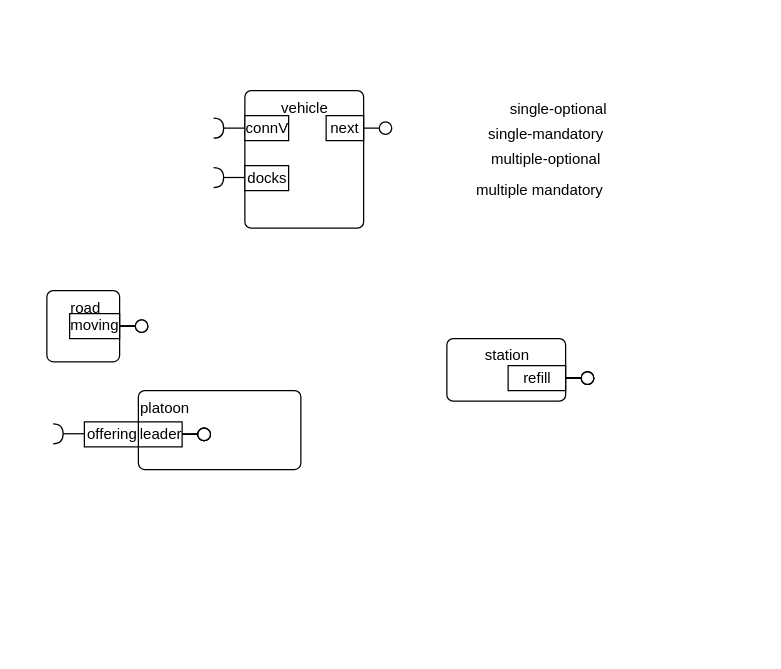
This is elem.drawio from jpgros/site-web, a draw.io file, before an edit. Source tidied: cells renumbered, new cells numbered last; positions are measured from the earlier drawing's top-left corner, leaving out a move shared by most shapes. Both pictures are drawn from the tidied source at 125%, with x=0, y=0 at pixel (46, 90).
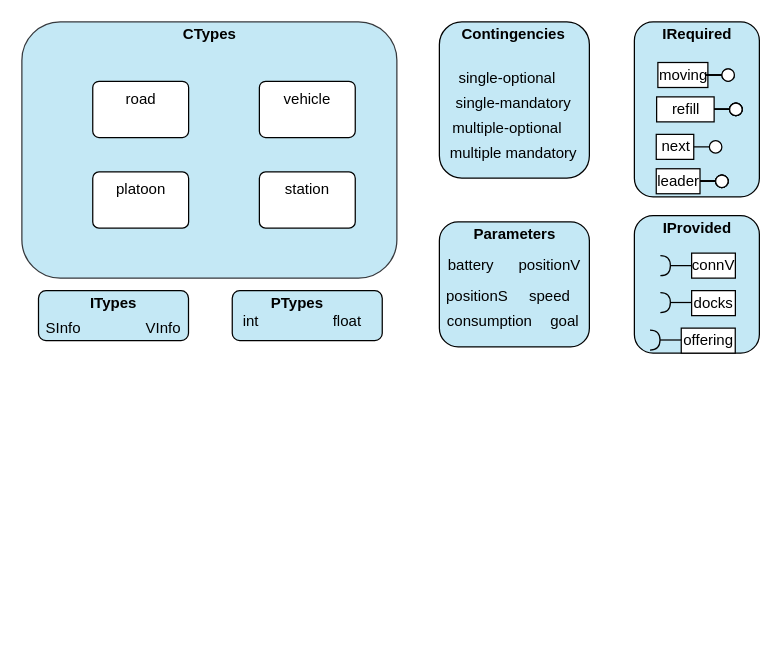
After the change.

The edit, as a diff of the source:
```diff
@@
-    <mxCell id="2" value="platoon" style="html=1;align=left;verticalAlign=top;rounded=1;absoluteArcSize=1;arcSize=10;dashed=0;" parent="1" vertex="1">
-      <mxGeometry x="73.2" y="240" width="130" height="63.1" as="geometry" />
-    </mxCell>
+    <mxCell id="54" style="rounded=1;whiteSpace=wrap;html=1;fillColor=#C4E8F5;" parent="1" vertex="1">
+      <mxGeometry x="148.3" y="160" width="120" height="40" as="geometry" />
+    </mxCell>
+    <mxCell id="55" style="rounded=1;whiteSpace=wrap;html=1;fillColor=#C4E8F5;" parent="1" vertex="1">
+      <mxGeometry x="-6.7" y="160" width="120" height="40" as="geometry" />
+    </mxCell>
+    <mxCell id="56" style="rounded=1;whiteSpace=wrap;html=1;fillColor=#C4E8F5;" parent="1" vertex="1">
+      <mxGeometry x="314" y="105" width="120" height="100" as="geometry" />
+    </mxCell>
+    <mxCell id="57" style="rounded=1;whiteSpace=wrap;html=1;fillColor=#C4E8F5;" parent="1" vertex="1">
+      <mxGeometry x="470" y="100" width="100" height="110" as="geometry" />
+    </mxCell>
+    <mxCell id="58" style="rounded=1;whiteSpace=wrap;html=1;fillColor=#C4E8F5;" parent="1" vertex="1">
+      <mxGeometry x="470" y="-55" width="100" height="140" as="geometry" />
+    </mxCell>
+    <mxCell id="59" style="rounded=1;whiteSpace=wrap;html=1;fillColor=#C4E8F5;" parent="1" vertex="1">
+      <mxGeometry x="314" y="-55" width="120" height="125" as="geometry" />
+    </mxCell>
+    <mxCell id="60" style="rounded=1;whiteSpace=wrap;html=1;strokeColor=#36393d;fillColor=#C4E8F5;" parent="1" vertex="1">
+      <mxGeometry x="-20" y="-55" width="300" height="205" as="geometry" />
+    </mxCell>
     <mxCell id="3" style="rounded=0;jettySize=auto;html=1;endArrow=halfCircle;endFill=0;endSize=6;strokeWidth=1;exitX=0;exitY=0.5;exitDx=0;exitDy=0;entryX=0.5;entryY=0.5;entryDx=0;entryDy=0;entryPerimeter=0;" parent="1" edge="1" source="5">
       <mxGeometry relative="1" as="geometry">
-        <mxPoint x="133.4" y="30" as="targetPoint" />
+        <mxPoint x="490.8" y="140" as="targetPoint" />
       </mxGeometry>
     </mxCell>
-    <mxCell id="4" value="vehicle" style="html=1;align=center;verticalAlign=top;rounded=1;absoluteArcSize=1;arcSize=10;dashed=0;" parent="1" vertex="1">
-      <mxGeometry x="158.4" width="95" height="110" as="geometry" />
-    </mxCell>
     <mxCell id="5" value="connV" style="html=1;" parent="1" vertex="1">
-      <mxGeometry x="158.4" y="20" width="35" height="20" as="geometry" />
+      <mxGeometry x="515.8" y="130" width="35" height="20" as="geometry" />
     </mxCell>
     <mxCell id="6" value="next" style="html=1;" parent="1" vertex="1">
-      <mxGeometry x="223.4" y="20" width="30" height="20" as="geometry" />
+      <mxGeometry x="487.5" y="35" width="30" height="20" as="geometry" />
     </mxCell>
     <mxCell id="7" value="leader" style="html=1;" parent="1" vertex="1">
-      <mxGeometry x="73.2" y="265" width="35" height="20" as="geometry" />
+      <mxGeometry x="487.5" y="62.5" width="35" height="20" as="geometry" />
     </mxCell>
     <mxCell id="8" style="rounded=0;orthogonalLoop=1;jettySize=auto;html=1;endArrow=halfCircle;endFill=0;endSize=6;strokeWidth=1;" parent="1" edge="1">
       <mxGeometry relative="1" as="geometry">
-        <mxPoint x="114.6" y="270" as="sourcePoint" />
-        <mxPoint x="114.6" y="270" as="targetPoint" />
+        <mxPoint x="528.9" y="67.5" as="sourcePoint" />
+        <mxPoint x="528.9" y="67.5" as="targetPoint" />
       </mxGeometry>
     </mxCell>
-    <mxCell id="9" value="&lt;div align=&quot;center&quot;&gt;&amp;nbsp;road&lt;/div&gt;" style="html=1;align=center;verticalAlign=top;rounded=1;absoluteArcSize=1;arcSize=10;dashed=0;" parent="1" vertex="1">
-      <mxGeometry y="160" width="58.2" height="56.9" as="geometry" />
-    </mxCell>
     <mxCell id="10" value="moving" style="html=1;" parent="1" vertex="1">
-      <mxGeometry x="18.2" y="178.4" width="40" height="20" as="geometry" />
+      <mxGeometry x="488.8" y="-22.5" width="40" height="20" as="geometry" />
     </mxCell>
     <mxCell id="11" value="station" style="html=1;align=center;verticalAlign=top;rounded=1;absoluteArcSize=1;arcSize=10;dashed=0;" parent="1" vertex="1">
-      <mxGeometry x="320" y="198.4" width="95" height="50" as="geometry" />
+      <mxGeometry x="170" y="65" width="76.7" height="45" as="geometry" />
     </mxCell>
     <mxCell id="12" value="refill" style="html=1;" parent="1" vertex="1">
-      <mxGeometry x="369" y="220" width="46" height="20" as="geometry" />
+      <mxGeometry x="487.8" y="5" width="46" height="20" as="geometry" />
     </mxCell>
     <mxCell id="13" value="docks" style="html=1;" parent="1" vertex="1">
-      <mxGeometry x="158.4" y="60" width="35" height="20" as="geometry" />
+      <mxGeometry x="515.8" y="160" width="35" height="20" as="geometry" />
     </mxCell>
     <mxCell id="14" style="rounded=0;orthogonalLoop=1;jettySize=auto;html=1;endArrow=halfCircle;endFill=0;endSize=6;strokeWidth=1;exitX=0;exitY=0.5;exitDx=0;exitDy=0;entryX=0.5;entryY=0.5;entryDx=0;entryDy=0;entryPerimeter=0;" parent="1" edge="1">
       <mxGeometry relative="1" as="geometry">
-        <mxPoint x="158.4" y="69.5" as="sourcePoint" />
-        <mxPoint x="133.4" y="69.5" as="targetPoint" />
+        <mxPoint x="515.8" y="169.5" as="sourcePoint" />
+        <mxPoint x="490.8" y="169.5" as="targetPoint" />
       </mxGeometry>
     </mxCell>
     <mxCell id="15" style="rounded=0;jettySize=auto;html=1;endArrow=none;endFill=0;exitX=1;exitY=0.5;exitDx=0;exitDy=0;" parent="1" edge="1" target="16">
       <mxGeometry relative="1" as="geometry">
-        <mxPoint x="253.4" y="30" as="sourcePoint" />
+        <mxPoint x="517.5" y="45" as="sourcePoint" />
       </mxGeometry>
     </mxCell>
     <mxCell id="16" style="ellipse;whiteSpace=wrap;html=1;fontFamily=Helvetica;fontSize=12;fontColor=#000000;align=center;strokeColor=#000000;fillColor=#ffffff;points=[];" parent="1" vertex="1">
-      <mxGeometry x="265.9" y="25" width="10" height="10" as="geometry" />
+      <mxGeometry x="530" y="40" width="10" height="10" as="geometry" />
     </mxCell>
     <mxCell id="17" style="rounded=0;jettySize=auto;html=1;endArrow=none;endFill=0;exitX=1;exitY=0.5;exitDx=0;exitDy=0;" parent="1" edge="1" target="18">
       <mxGeometry relative="1" as="geometry">
-        <mxPoint x="415" y="230" as="sourcePoint" />
+        <mxPoint x="533.7" y="15" as="sourcePoint" />
       </mxGeometry>
     </mxCell>
     <mxCell id="18" style="ellipse;whiteSpace=wrap;html=1;fontFamily=Helvetica;fontSize=12;fontColor=#000000;align=center;strokeColor=#000000;fillColor=#ffffff;points=[];" parent="1" vertex="1">
-      <mxGeometry x="427.5" y="225" width="10" height="10" as="geometry" />
+      <mxGeometry x="546.2" y="10" width="10" height="10" as="geometry" />
     </mxCell>
     <mxCell id="19" style="rounded=0;orthogonalLoop=1;jettySize=auto;html=1;endArrow=none;endFill=0;exitX=1;exitY=0.5;exitDx=0;exitDy=0;" parent="1" edge="1">
       <mxGeometry relative="1" as="geometry">
-        <mxPoint x="415" y="230" as="sourcePoint" />
-        <mxPoint x="427.5" y="230" as="targetPoint" />
+        <mxPoint x="533.7" y="15" as="sourcePoint" />
+        <mxPoint x="546.2" y="15" as="targetPoint" />
       </mxGeometry>
     </mxCell>
     <mxCell id="20" style="rounded=0;jettySize=auto;html=1;endArrow=none;endFill=0;exitX=1;exitY=0.5;exitDx=0;exitDy=0;" parent="1" edge="1" target="21">
       <mxGeometry relative="1" as="geometry">
-        <mxPoint x="415" y="230" as="sourcePoint" />
+        <mxPoint x="533.7" y="15" as="sourcePoint" />
       </mxGeometry>
     </mxCell>
     <mxCell id="21" style="ellipse;whiteSpace=wrap;html=1;fontFamily=Helvetica;fontSize=12;fontColor=#000000;align=center;strokeColor=#000000;fillColor=#ffffff;points=[];" parent="1" vertex="1">
-      <mxGeometry x="427.5" y="225" width="10" height="10" as="geometry" />
+      <mxGeometry x="546.2" y="10" width="10" height="10" as="geometry" />
     </mxCell>
     <mxCell id="22" style="rounded=0;orthogonalLoop=1;jettySize=auto;html=1;endArrow=none;endFill=0;exitX=1;exitY=0.5;exitDx=0;exitDy=0;" parent="1" edge="1">
       <mxGeometry relative="1" as="geometry">
-        <mxPoint x="415" y="230" as="sourcePoint" />
-        <mxPoint x="427.5" y="230" as="targetPoint" />
+        <mxPoint x="533.7" y="15" as="sourcePoint" />
+        <mxPoint x="546.2" y="15" as="targetPoint" />
       </mxGeometry>
     </mxCell>
     <mxCell id="23" style="rounded=0;jettySize=auto;html=1;endArrow=none;endFill=0;exitX=1;exitY=0.5;exitDx=0;exitDy=0;" parent="1" edge="1" target="24">
       <mxGeometry relative="1" as="geometry">
-        <mxPoint x="58.2" y="188.4" as="sourcePoint" />
+        <mxPoint x="527.5" y="-12.5" as="sourcePoint" />
       </mxGeometry>
     </mxCell>
     <mxCell id="24" style="ellipse;whiteSpace=wrap;html=1;fontFamily=Helvetica;fontSize=12;fontColor=#000000;align=center;strokeColor=#000000;fillColor=#ffffff;points=[];" parent="1" vertex="1">
-      <mxGeometry x="70.8" y="183.4" width="10" height="10" as="geometry" />
+      <mxGeometry x="540" y="-17.5" width="10" height="10" as="geometry" />
     </mxCell>
     <mxCell id="25" style="rounded=0;orthogonalLoop=1;jettySize=auto;html=1;endArrow=none;endFill=0;exitX=1;exitY=0.5;exitDx=0;exitDy=0;" parent="1" edge="1">
       <mxGeometry relative="1" as="geometry">
-        <mxPoint x="58.2" y="188.4" as="sourcePoint" />
-        <mxPoint x="70.8" y="188.4" as="targetPoint" />
+        <mxPoint x="527.5" y="-12.5" as="sourcePoint" />
+        <mxPoint x="540" y="-12.5" as="targetPoint" />
       </mxGeometry>
     </mxCell>
     <mxCell id="26" style="rounded=0;jettySize=auto;html=1;endArrow=none;endFill=0;exitX=1;exitY=0.5;exitDx=0;exitDy=0;" parent="1" edge="1" target="27">
       <mxGeometry relative="1" as="geometry">
-        <mxPoint x="58.2" y="188.4" as="sourcePoint" />
+        <mxPoint x="527.5" y="-12.5" as="sourcePoint" />
       </mxGeometry>
     </mxCell>
     <mxCell id="27" style="ellipse;whiteSpace=wrap;html=1;fontFamily=Helvetica;fontSize=12;fontColor=#000000;align=center;strokeColor=#000000;fillColor=#ffffff;points=[];" parent="1" vertex="1">
-      <mxGeometry x="70.8" y="183.4" width="10" height="10" as="geometry" />
+      <mxGeometry x="540" y="-17.5" width="10" height="10" as="geometry" />
     </mxCell>
     <mxCell id="28" style="rounded=0;orthogonalLoop=1;jettySize=auto;html=1;endArrow=none;endFill=0;exitX=1;exitY=0.5;exitDx=0;exitDy=0;" parent="1" edge="1">
       <mxGeometry relative="1" as="geometry">
-        <mxPoint x="58.2" y="188.4" as="sourcePoint" />
-        <mxPoint x="70.8" y="188.4" as="targetPoint" />
+        <mxPoint x="527.5" y="-12.5" as="sourcePoint" />
+        <mxPoint x="540" y="-12.5" as="targetPoint" />
       </mxGeometry>
     </mxCell>
     <mxCell id="29" value="offering" style="html=1;" parent="1" vertex="1">
-      <mxGeometry x="30" y="265" width="43.2" height="20" as="geometry" />
+      <mxGeometry x="507.5" y="190" width="43.2" height="20" as="geometry" />
     </mxCell>
@@
     <mxCell id="31" style="rounded=0;jettySize=auto;html=1;endArrow=none;endFill=0;exitX=1;exitY=0.5;exitDx=0;exitDy=0;" parent="1" edge="1" target="32">
       <mxGeometry relative="1" as="geometry">
-        <mxPoint x="415" y="230" as="sourcePoint" />
+        <mxPoint x="533.8" y="15" as="sourcePoint" />
       </mxGeometry>
     </mxCell>
     <mxCell id="32" style="ellipse;whiteSpace=wrap;html=1;fontFamily=Helvetica;fontSize=12;fontColor=#000000;align=center;strokeColor=#000000;fillColor=#ffffff;points=[];" parent="1" vertex="1">
-      <mxGeometry x="427.5" y="225" width="10" height="10" as="geometry" />
+      <mxGeometry x="546.2" y="10" width="10" height="10" as="geometry" />
     </mxCell>
     <mxCell id="33" style="rounded=0;orthogonalLoop=1;jettySize=auto;html=1;endArrow=none;endFill=0;exitX=1;exitY=0.5;exitDx=0;exitDy=0;" parent="1" edge="1">
       <mxGeometry relative="1" as="geometry">
-        <mxPoint x="415" y="230" as="sourcePoint" />
-        <mxPoint x="427.5" y="230" as="targetPoint" />
+        <mxPoint x="533.8" y="15" as="sourcePoint" />
+        <mxPoint x="546.2" y="15" as="targetPoint" />
       </mxGeometry>
     </mxCell>
     <mxCell id="34" style="rounded=0;jettySize=auto;html=1;endArrow=none;endFill=0;exitX=1;exitY=0.5;exitDx=0;exitDy=0;" parent="1" edge="1" target="35">
       <mxGeometry relative="1" as="geometry">
-        <mxPoint x="415" y="230" as="sourcePoint" />
+        <mxPoint x="533.8" y="15" as="sourcePoint" />
       </mxGeometry>
     </mxCell>
     <mxCell id="35" style="ellipse;whiteSpace=wrap;html=1;fontFamily=Helvetica;fontSize=12;fontColor=#000000;align=center;strokeColor=#000000;fillColor=#ffffff;points=[];" parent="1" vertex="1">
-      <mxGeometry x="427.5" y="225" width="10" height="10" as="geometry" />
+      <mxGeometry x="546.2" y="10" width="10" height="10" as="geometry" />
     </mxCell>
     <mxCell id="36" style="rounded=0;orthogonalLoop=1;jettySize=auto;html=1;endArrow=none;endFill=0;exitX=1;exitY=0.5;exitDx=0;exitDy=0;" parent="1" edge="1">
       <mxGeometry relative="1" as="geometry">
-        <mxPoint x="415" y="230" as="sourcePoint" />
-        <mxPoint x="427.5" y="230" as="targetPoint" />
+        <mxPoint x="533.8" y="15" as="sourcePoint" />
+        <mxPoint x="546.2" y="15" as="targetPoint" />
       </mxGeometry>
     </mxCell>
     <mxCell id="37" style="rounded=0;jettySize=auto;html=1;endArrow=none;endFill=0;exitX=1;exitY=0.5;exitDx=0;exitDy=0;" parent="1" edge="1" target="38">
       <mxGeometry relative="1" as="geometry">
-        <mxPoint x="108.2" y="275" as="sourcePoint" />
+        <mxPoint x="522.5" y="72.5" as="sourcePoint" />
       </mxGeometry>
     </mxCell>
     <mxCell id="38" style="ellipse;whiteSpace=wrap;html=1;fontFamily=Helvetica;fontSize=12;fontColor=#000000;align=center;strokeColor=#000000;fillColor=#ffffff;points=[];" parent="1" vertex="1">
-      <mxGeometry x="120.8" y="270" width="10" height="10" as="geometry" />
+      <mxGeometry x="535" y="67.5" width="10" height="10" as="geometry" />
     </mxCell>
     <mxCell id="39" style="rounded=0;orthogonalLoop=1;jettySize=auto;html=1;endArrow=none;endFill=0;exitX=1;exitY=0.5;exitDx=0;exitDy=0;" parent="1" edge="1">
       <mxGeometry relative="1" as="geometry">
-        <mxPoint x="108.2" y="275" as="sourcePoint" />
-        <mxPoint x="120.8" y="275" as="targetPoint" />
+        <mxPoint x="522.5" y="72.5" as="sourcePoint" />
+        <mxPoint x="535" y="72.5" as="targetPoint" />
       </mxGeometry>
     </mxCell>
     <mxCell id="40" style="rounded=0;jettySize=auto;html=1;endArrow=none;endFill=0;exitX=1;exitY=0.5;exitDx=0;exitDy=0;" parent="1" edge="1" target="41">
       <mxGeometry relative="1" as="geometry">
-        <mxPoint x="108.2" y="275" as="sourcePoint" />
+        <mxPoint x="522.5" y="72.5" as="sourcePoint" />
       </mxGeometry>
     </mxCell>
     <mxCell id="41" style="ellipse;whiteSpace=wrap;html=1;fontFamily=Helvetica;fontSize=12;fontColor=#000000;align=center;strokeColor=#000000;fillColor=#ffffff;points=[];" parent="1" vertex="1">
-      <mxGeometry x="120.8" y="270" width="10" height="10" as="geometry" />
+      <mxGeometry x="535" y="67.5" width="10" height="10" as="geometry" />
     </mxCell>
     <mxCell id="42" style="rounded=0;orthogonalLoop=1;jettySize=auto;html=1;endArrow=none;endFill=0;exitX=1;exitY=0.5;exitDx=0;exitDy=0;" parent="1" edge="1">
       <mxGeometry relative="1" as="geometry">
-        <mxPoint x="108.2" y="275" as="sourcePoint" />
-        <mxPoint x="120.8" y="275" as="targetPoint" />
+        <mxPoint x="522.5" y="72.5" as="sourcePoint" />
+        <mxPoint x="535" y="72.5" as="targetPoint" />
       </mxGeometry>
     </mxCell>
     <mxCell id="43" style="rounded=0;jettySize=auto;html=1;endArrow=none;endFill=0;exitX=1;exitY=0.5;exitDx=0;exitDy=0;" parent="1" edge="1" target="44">
       <mxGeometry relative="1" as="geometry">
-        <mxPoint x="108.2" y="275" as="sourcePoint" />
+        <mxPoint x="522.5" y="72.5" as="sourcePoint" />
       </mxGeometry>
     </mxCell>
     <mxCell id="44" style="ellipse;whiteSpace=wrap;html=1;fontFamily=Helvetica;fontSize=12;fontColor=#000000;align=center;strokeColor=#000000;fillColor=#ffffff;points=[];" parent="1" vertex="1">
-      <mxGeometry x="120.8" y="270" width="10" height="10" as="geometry" />
+      <mxGeometry x="535" y="67.5" width="10" height="10" as="geometry" />
     </mxCell>
     <mxCell id="45" style="rounded=0;orthogonalLoop=1;jettySize=auto;html=1;endArrow=none;endFill=0;exitX=1;exitY=0.5;exitDx=0;exitDy=0;" parent="1" edge="1">
       <mxGeometry relative="1" as="geometry">
-        <mxPoint x="108.2" y="275" as="sourcePoint" />
-        <mxPoint x="120.8" y="275" as="targetPoint" />
+        <mxPoint x="522.5" y="72.5" as="sourcePoint" />
+        <mxPoint x="535" y="72.5" as="targetPoint" />
       </mxGeometry>
     </mxCell>
     <mxCell id="46" style="rounded=0;jettySize=auto;html=1;endArrow=none;endFill=0;exitX=1;exitY=0.5;exitDx=0;exitDy=0;" parent="1" edge="1" target="47">
       <mxGeometry relative="1" as="geometry">
-        <mxPoint x="108.2" y="275" as="sourcePoint" />
+        <mxPoint x="522.5" y="72.5" as="sourcePoint" />
       </mxGeometry>
     </mxCell>
     <mxCell id="47" style="ellipse;whiteSpace=wrap;html=1;fontFamily=Helvetica;fontSize=12;fontColor=#000000;align=center;strokeColor=#000000;fillColor=#ffffff;points=[];" parent="1" vertex="1">
-      <mxGeometry x="120.8" y="270" width="10" height="10" as="geometry" />
+      <mxGeometry x="535" y="67.5" width="10" height="10" as="geometry" />
     </mxCell>
     <mxCell id="48" style="rounded=0;orthogonalLoop=1;jettySize=auto;html=1;endArrow=none;endFill=0;exitX=1;exitY=0.5;exitDx=0;exitDy=0;" parent="1" edge="1">
       <mxGeometry relative="1" as="geometry">
-        <mxPoint x="108.2" y="275" as="sourcePoint" />
-        <mxPoint x="120.8" y="275" as="targetPoint" />
+        <mxPoint x="522.5" y="72.5" as="sourcePoint" />
+        <mxPoint x="535" y="72.5" as="targetPoint" />
       </mxGeometry>
     </mxCell>
     <mxCell id="49" style="rounded=0;orthogonalLoop=1;jettySize=auto;html=1;endArrow=halfCircle;endFill=0;endSize=6;strokeWidth=1;exitX=0;exitY=0.5;exitDx=0;exitDy=0;entryX=0.5;entryY=0.5;entryDx=0;entryDy=0;entryPerimeter=0;" parent="1" edge="1">
       <mxGeometry relative="1" as="geometry">
-        <mxPoint x="30" y="274.5" as="sourcePoint" />
-        <mxPoint x="5" y="274.5" as="targetPoint" />
+        <mxPoint x="507.5" y="199.5" as="sourcePoint" />
+        <mxPoint x="482.5" y="199.5" as="targetPoint" />
       </mxGeometry>
     </mxCell>
     <mxCell id="50" value="single-optional" style="text;html=1;align=center;verticalAlign=middle;" parent="1" vertex="1">
-      <mxGeometry x="364" y="5" width="90" height="20" as="geometry" />
+      <mxGeometry x="323" y="-20" width="90" height="20" as="geometry" />
     </mxCell>
     <mxCell id="51" value="single-mandatory" style="text;html=1;align=center;verticalAlign=middle;" parent="1" vertex="1">
-      <mxGeometry x="344" y="25" width="110" height="20" as="geometry" />
+      <mxGeometry x="318" width="110" height="20" as="geometry" />
     </mxCell>
     <mxCell id="52" value="multiple-optional" style="text;html=1;align=center;verticalAlign=middle;" parent="1" vertex="1">
-      <mxGeometry x="349" y="45" width="100" height="20" as="geometry" />
+      <mxGeometry x="318" y="20" width="100" height="20" as="geometry" />
     </mxCell>
     <mxCell id="53" value="multiple mandatory" style="text;html=1;align=center;verticalAlign=middle;" parent="1" vertex="1">
-      <mxGeometry x="334" y="70" width="120" height="20" as="geometry" />
+      <mxGeometry x="313" y="40" width="120" height="20" as="geometry" />
     </mxCell>
+    <mxCell id="4" value="vehicle" style="html=1;align=center;verticalAlign=top;rounded=1;absoluteArcSize=1;arcSize=10;dashed=0;" parent="1" vertex="1">
+      <mxGeometry x="170" y="-7.5" width="76.7" height="45" as="geometry" />
+    </mxCell>
+    <mxCell id="9" value="road" style="html=1;align=center;verticalAlign=top;rounded=1;absoluteArcSize=1;arcSize=10;dashed=0;" parent="1" vertex="1">
+      <mxGeometry x="36.7" y="-7.5" width="76.7" height="45" as="geometry" />
+    </mxCell>
+    <mxCell id="2" value="platoon" style="html=1;align=center;verticalAlign=top;rounded=1;absoluteArcSize=1;arcSize=10;dashed=0;" parent="1" vertex="1">
+      <mxGeometry x="36.7" y="65" width="76.7" height="45" as="geometry" />
+    </mxCell>
+    <mxCell id="61" value="VInfo" style="text;html=1;align=center;verticalAlign=middle;" parent="1" vertex="1">
+      <mxGeometry x="73.3" y="180" width="40" height="20" as="geometry" />
+    </mxCell>
+    <mxCell id="62" value="SInfo" style="text;html=1;align=center;verticalAlign=middle;" parent="1" vertex="1">
+      <mxGeometry x="-6.7" y="180" width="40" height="20" as="geometry" />
+    </mxCell>
+    <mxCell id="63" value="int" style="text;html=1;align=center;verticalAlign=middle;" parent="1" vertex="1">
+      <mxGeometry x="148.3" y="175" width="30" height="20" as="geometry" />
+    </mxCell>
+    <mxCell id="64" value="float" style="text;html=1;align=center;verticalAlign=middle;" parent="1" vertex="1">
+      <mxGeometry x="220" y="175" width="40" height="20" as="geometry" />
+    </mxCell>
+    <mxCell id="65" value="battery" style="text;html=1;align=center;verticalAlign=middle;" parent="1" vertex="1">
+      <mxGeometry x="314" y="130" width="50" height="20" as="geometry" />
+    </mxCell>
+    <mxCell id="66" value="positionS" style="text;html=1;align=center;verticalAlign=middle;" parent="1" vertex="1">
+      <mxGeometry x="314" y="155" width="60" height="20" as="geometry" />
+    </mxCell>
+    <mxCell id="67" value="positionV" style="text;html=1;align=center;verticalAlign=middle;" parent="1" vertex="1">
+      <mxGeometry x="372" y="130" width="60" height="20" as="geometry" />
+    </mxCell>
+    <mxCell id="68" value="speed" style="text;html=1;align=center;verticalAlign=middle;" parent="1" vertex="1">
+      <mxGeometry x="377" y="155" width="50" height="20" as="geometry" />
+    </mxCell>
+    <mxCell id="69" value="goal" style="text;html=1;align=center;verticalAlign=middle;" parent="1" vertex="1">
+      <mxGeometry x="394" y="175" width="40" height="20" as="geometry" />
+    </mxCell>
+    <mxCell id="70" value="consumption" style="text;html=1;align=center;verticalAlign=middle;" parent="1" vertex="1">
+      <mxGeometry x="314" y="175" width="80" height="20" as="geometry" />
+    </mxCell>
+    <mxCell id="71" value="&lt;b&gt;CTypes&lt;/b&gt;" style="text;html=1;align=center;verticalAlign=middle;" parent="1" vertex="1">
+      <mxGeometry x="100" y="-55" width="60" height="20" as="geometry" />
+    </mxCell>
+    <mxCell id="72" value="&lt;b&gt;Contingencies&lt;/b&gt;" style="text;html=1;align=center;verticalAlign=middle;" parent="1" vertex="1">
+      <mxGeometry x="323" y="-55" width="100" height="20" as="geometry" />
+    </mxCell>
+    <mxCell id="73" value="&lt;b&gt;IRequired&lt;/b&gt;" style="text;html=1;align=center;verticalAlign=middle;" parent="1" vertex="1">
+      <mxGeometry x="485" y="-55" width="70" height="20" as="geometry" />
+    </mxCell>
+    <mxCell id="74" value="&lt;b&gt;IProvided&lt;/b&gt;" style="text;html=1;align=center;verticalAlign=middle;" parent="1" vertex="1">
+      <mxGeometry x="485" y="100" width="70" height="20" as="geometry" />
+    </mxCell>
+    <mxCell id="75" value="&lt;b&gt;Parameters&lt;/b&gt;" style="text;html=1;align=center;verticalAlign=middle;" parent="1" vertex="1">
+      <mxGeometry x="334" y="105" width="80" height="20" as="geometry" />
+    </mxCell>
+    <mxCell id="76" value="&lt;b&gt;ITypes&lt;/b&gt;" style="text;html=1;align=center;verticalAlign=middle;" parent="1" vertex="1">
+      <mxGeometry x="28.3" y="160" width="50" height="20" as="geometry" />
+    </mxCell>
+    <mxCell id="77" value="&lt;b&gt;PTypes&lt;/b&gt;" style="text;html=1;align=center;verticalAlign=middle;" parent="1" vertex="1">
+      <mxGeometry x="170" y="160" width="60" height="20" as="geometry" />
+    </mxCell>
```
